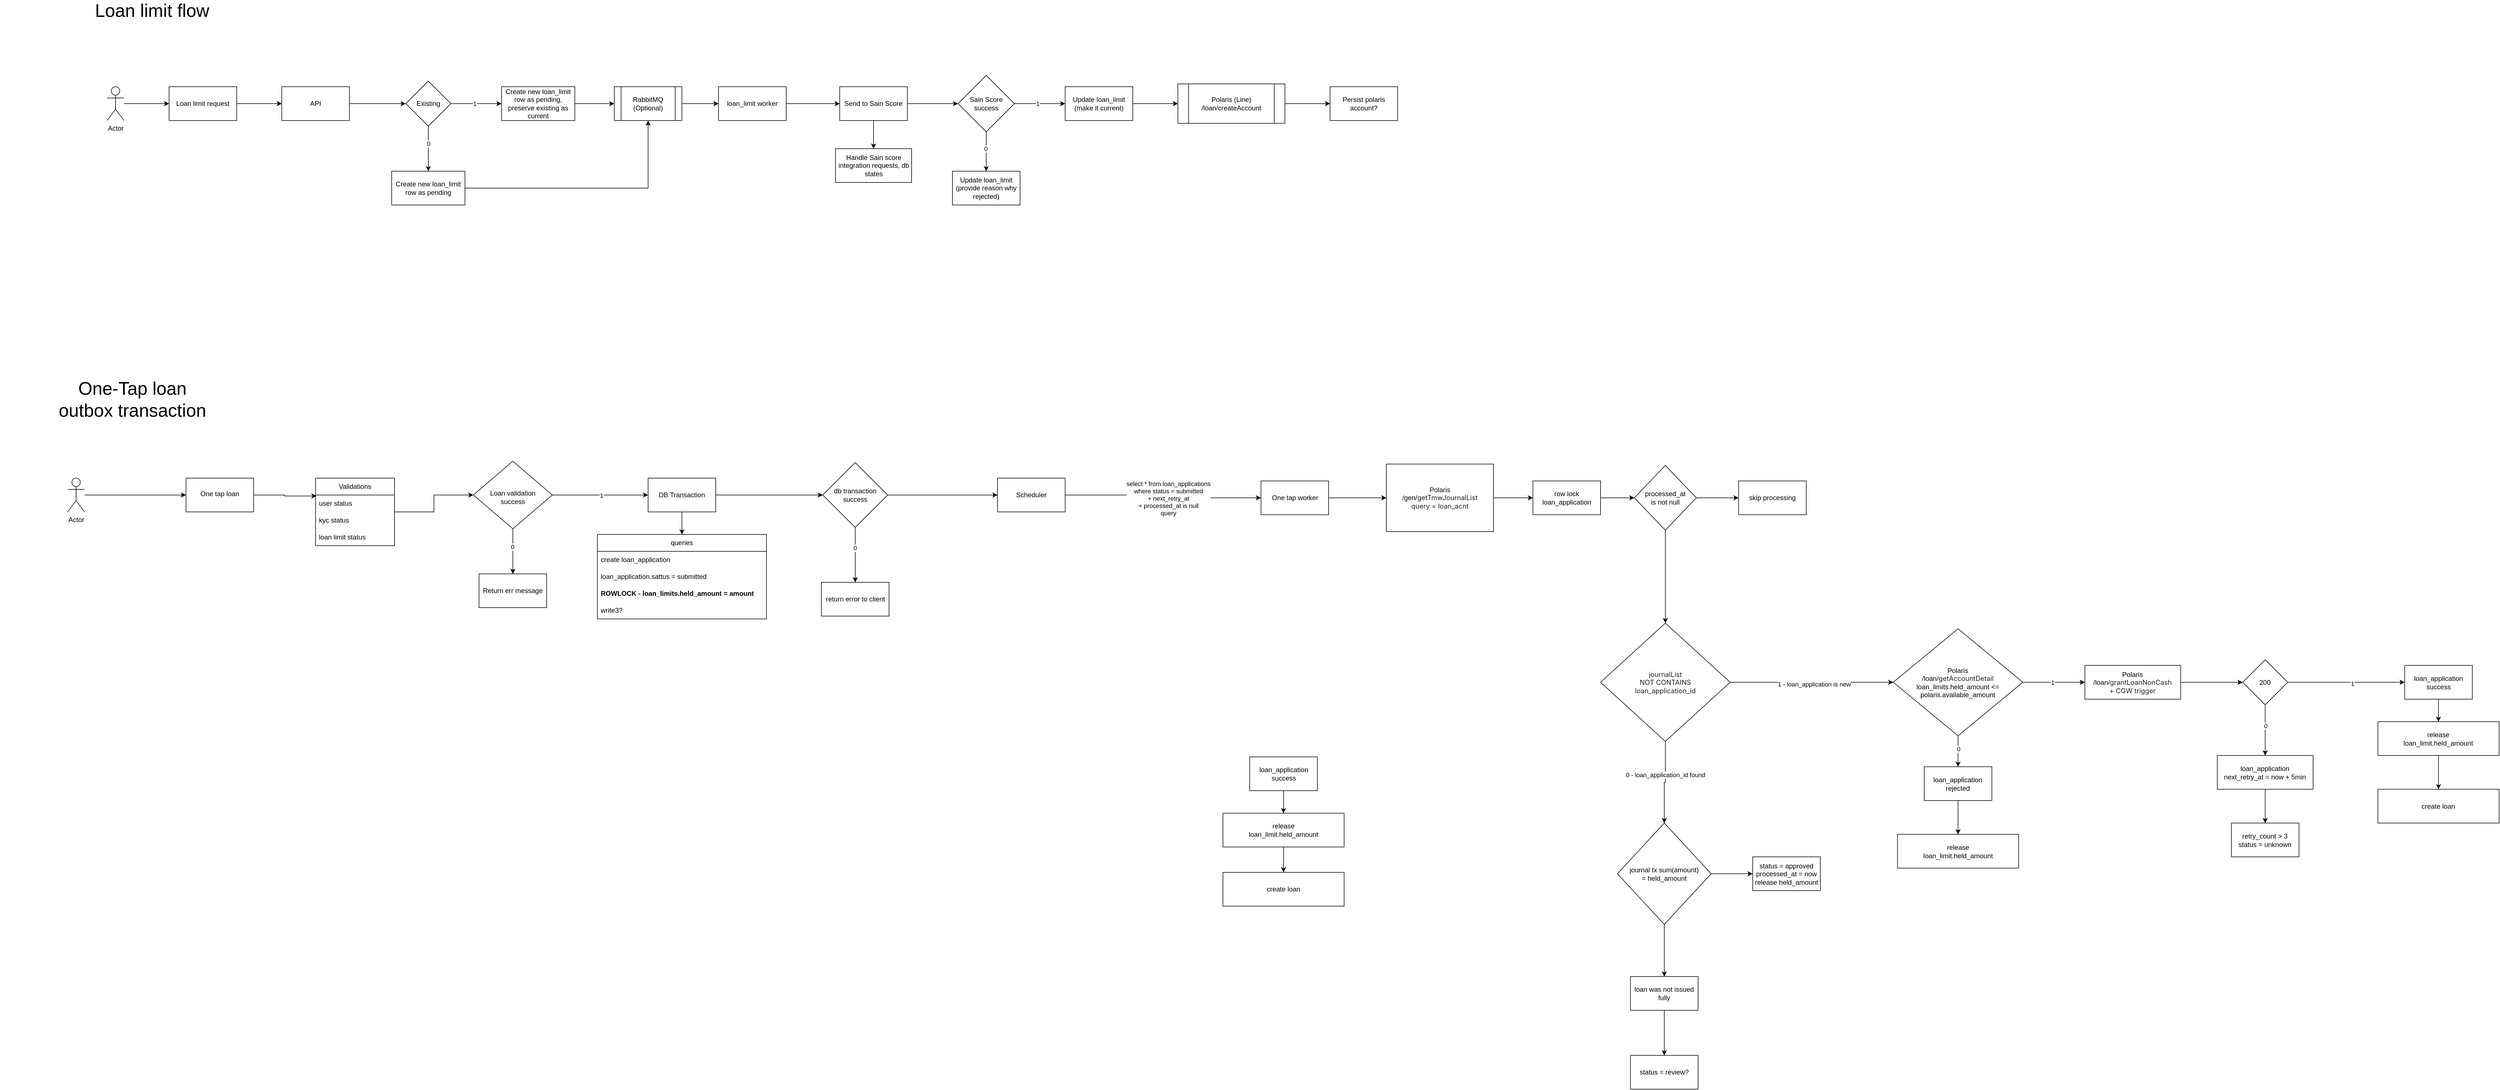
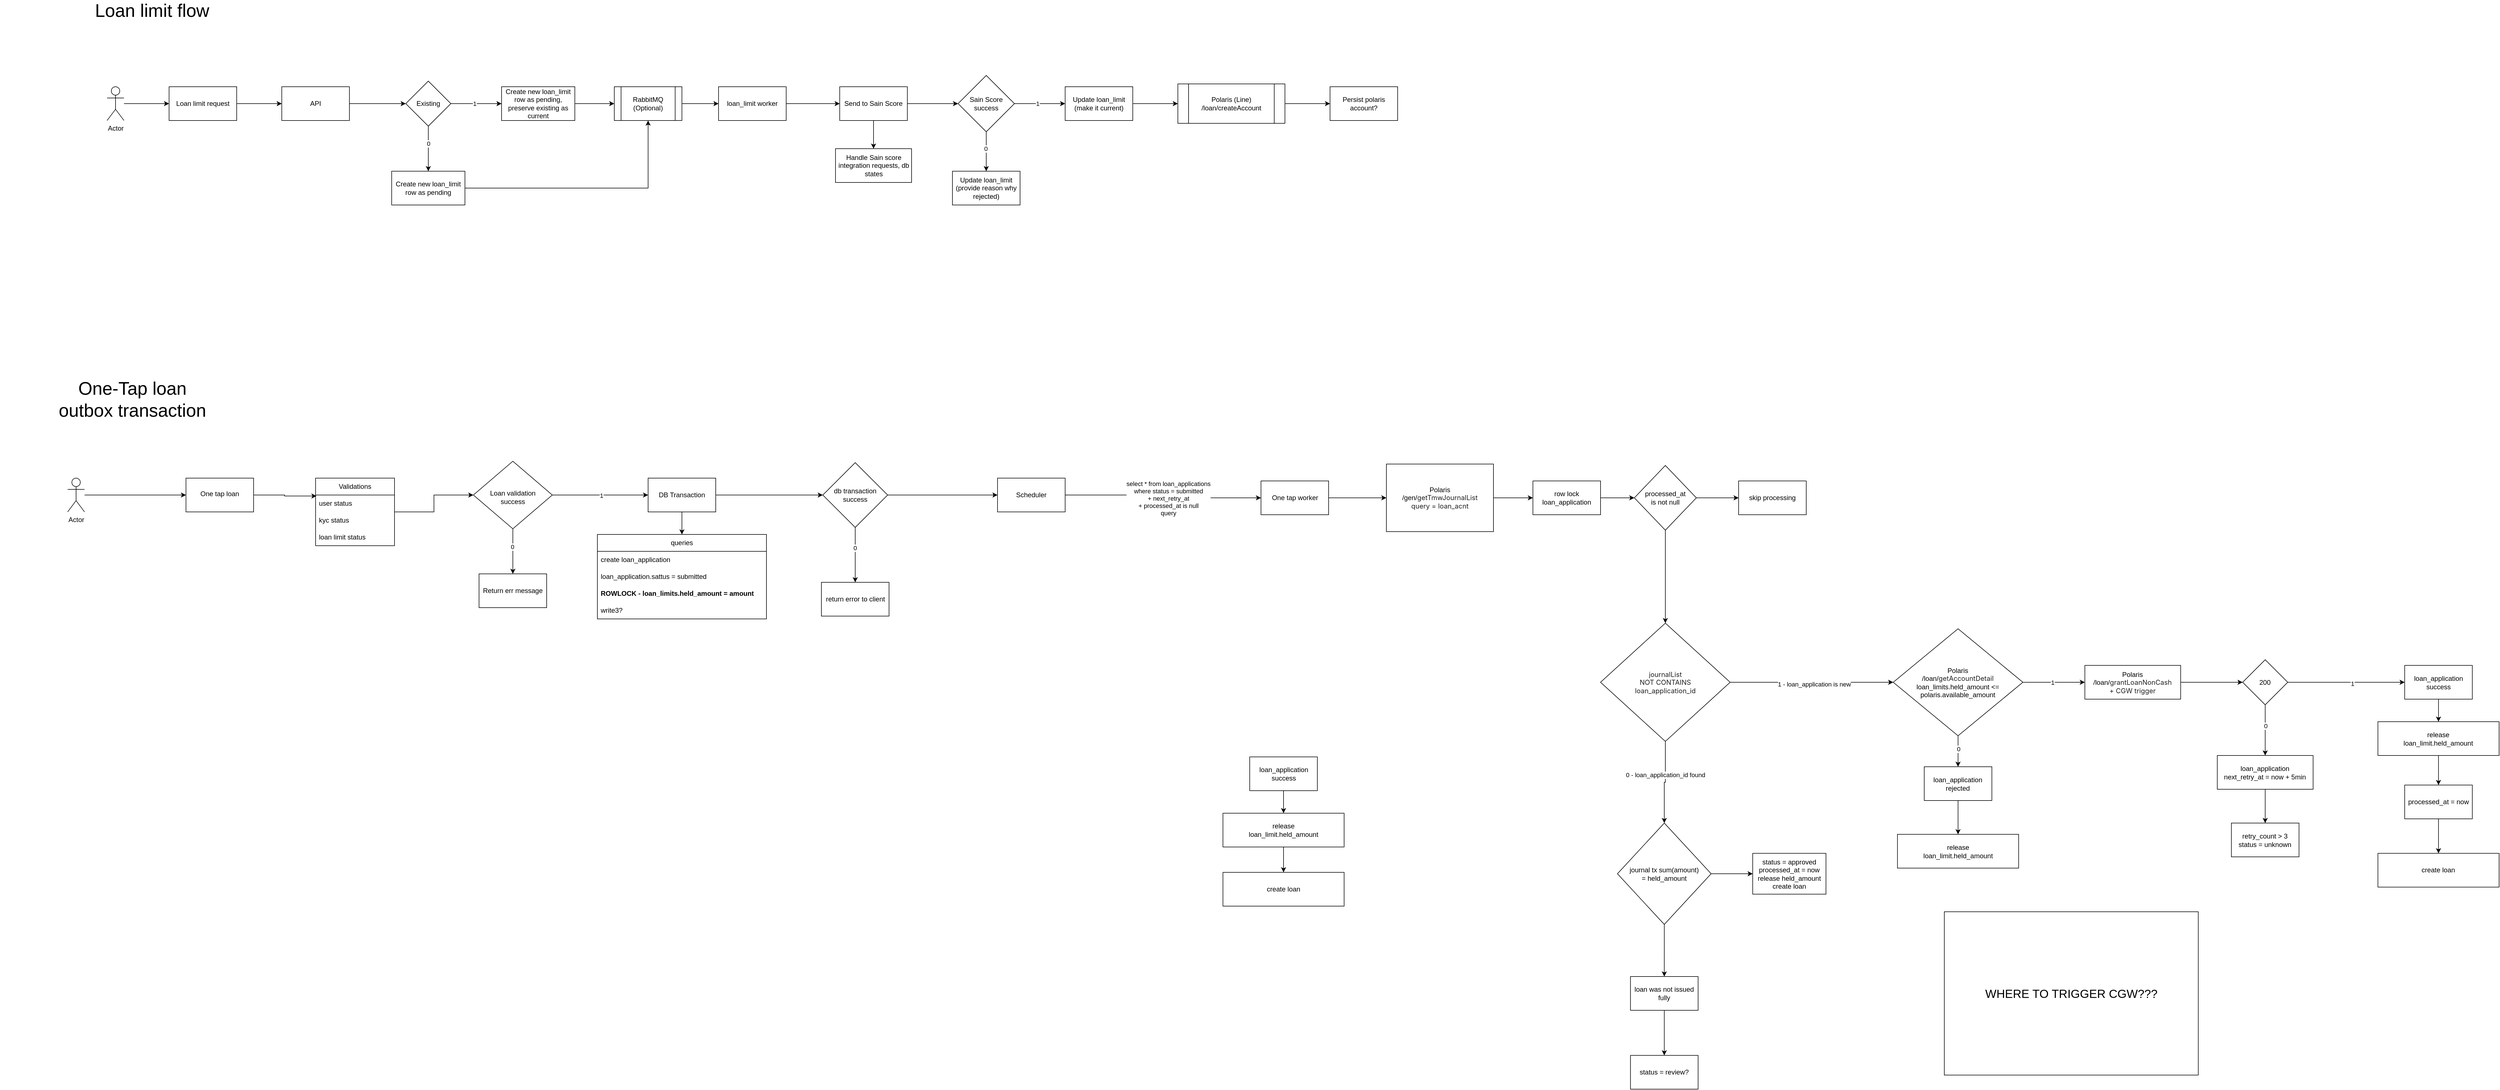
<mxfile host="app.diagrams.net">
  <diagram name="Page-1" id="VCBSuIh8bz7kurrQ0Zaz">
-     <mxGraphModel dx="2259" dy="824" grid="1" gridSize="10" guides="1" tooltips="1" connect="1" arrows="1" fold="1" page="1" pageScale="1" pageWidth="850" pageHeight="1100" math="0" shadow="0">
+     <mxGraphModel dx="2067" dy="712" grid="1" gridSize="10" guides="1" tooltips="1" connect="1" arrows="1" fold="1" page="1" pageScale="1" pageWidth="850" pageHeight="1100" math="0" shadow="0">
      <root>
        <mxCell id="0" />
        <mxCell id="1" parent="0" />
        <mxCell id="KqixbsF9o6dLofBvsG9t-5" edge="1" parent="1" source="KqixbsF9o6dLofBvsG9t-1" style="edgeStyle=orthogonalEdgeStyle;rounded=0;orthogonalLoop=1;jettySize=auto;html=1;" target="KqixbsF9o6dLofBvsG9t-4" value="">
          <mxGeometry relative="1" as="geometry" />
        </mxCell>
        <mxCell id="KqixbsF9o6dLofBvsG9t-1" parent="1" style="rounded=0;whiteSpace=wrap;html=1;" value="Loan limit request" vertex="1">
          <mxGeometry height="60" width="120" x="150" y="210" as="geometry" />
        </mxCell>
        <mxCell id="KqixbsF9o6dLofBvsG9t-3" edge="1" parent="1" source="KqixbsF9o6dLofBvsG9t-2" style="edgeStyle=orthogonalEdgeStyle;rounded=0;orthogonalLoop=1;jettySize=auto;html=1;" target="KqixbsF9o6dLofBvsG9t-1" value="">
          <mxGeometry relative="1" as="geometry" />
        </mxCell>
        <mxCell id="KqixbsF9o6dLofBvsG9t-2" parent="1" style="shape=umlActor;verticalLabelPosition=bottom;verticalAlign=top;html=1;outlineConnect=0;" value="Actor" vertex="1">
          <mxGeometry height="60" width="30" x="40" y="210" as="geometry" />
        </mxCell>
        <mxCell id="KqixbsF9o6dLofBvsG9t-9" edge="1" parent="1" source="KqixbsF9o6dLofBvsG9t-4" style="edgeStyle=orthogonalEdgeStyle;rounded=0;orthogonalLoop=1;jettySize=auto;html=1;" target="KqixbsF9o6dLofBvsG9t-8" value="">
          <mxGeometry relative="1" as="geometry" />
        </mxCell>
        <mxCell id="KqixbsF9o6dLofBvsG9t-4" parent="1" style="rounded=0;whiteSpace=wrap;html=1;" value="API" vertex="1">
          <mxGeometry height="60" width="120" x="350" y="210" as="geometry" />
        </mxCell>
        <mxCell id="KqixbsF9o6dLofBvsG9t-11" edge="1" parent="1" source="KqixbsF9o6dLofBvsG9t-8" style="edgeStyle=orthogonalEdgeStyle;rounded=0;orthogonalLoop=1;jettySize=auto;html=1;" target="KqixbsF9o6dLofBvsG9t-10" value="">
          <mxGeometry relative="1" as="geometry" />
        </mxCell>
        <mxCell id="KqixbsF9o6dLofBvsG9t-12" connectable="0" parent="KqixbsF9o6dLofBvsG9t-11" style="edgeLabel;html=1;align=center;verticalAlign=middle;resizable=0;points=[];" value="1" vertex="1">
          <mxGeometry relative="1" x="-0.079" as="geometry">
            <mxPoint as="offset" />
          </mxGeometry>
        </mxCell>
        <mxCell id="KqixbsF9o6dLofBvsG9t-14" edge="1" parent="1" source="KqixbsF9o6dLofBvsG9t-8" style="edgeStyle=orthogonalEdgeStyle;rounded=0;orthogonalLoop=1;jettySize=auto;html=1;" target="KqixbsF9o6dLofBvsG9t-13" value="">
          <mxGeometry relative="1" as="geometry" />
        </mxCell>
        <mxCell id="KqixbsF9o6dLofBvsG9t-15" connectable="0" parent="KqixbsF9o6dLofBvsG9t-14" style="edgeLabel;html=1;align=center;verticalAlign=middle;resizable=0;points=[];" value="0" vertex="1">
          <mxGeometry relative="1" x="-0.2407" as="geometry">
            <mxPoint as="offset" />
          </mxGeometry>
        </mxCell>
        <mxCell id="KqixbsF9o6dLofBvsG9t-8" parent="1" style="rhombus;whiteSpace=wrap;html=1;rounded=0;" value="Existing" vertex="1">
          <mxGeometry height="80" width="80" x="570" y="200" as="geometry" />
        </mxCell>
        <mxCell id="KqixbsF9o6dLofBvsG9t-23" edge="1" parent="1" source="KqixbsF9o6dLofBvsG9t-10" style="edgeStyle=orthogonalEdgeStyle;rounded=0;orthogonalLoop=1;jettySize=auto;html=1;" target="KqixbsF9o6dLofBvsG9t-22" value="">
          <mxGeometry relative="1" as="geometry" />
        </mxCell>
        <mxCell id="KqixbsF9o6dLofBvsG9t-10" parent="1" style="whiteSpace=wrap;html=1;rounded=0;" value="Create new loan_limit row as pending, preserve existing as current" vertex="1">
          <mxGeometry height="60" width="130" x="740" y="210" as="geometry" />
        </mxCell>
        <mxCell id="KqixbsF9o6dLofBvsG9t-26" edge="1" parent="1" source="KqixbsF9o6dLofBvsG9t-13" style="edgeStyle=orthogonalEdgeStyle;rounded=0;orthogonalLoop=1;jettySize=auto;html=1;entryX=0.5;entryY=1;entryDx=0;entryDy=0;" target="KqixbsF9o6dLofBvsG9t-22">
          <mxGeometry relative="1" as="geometry" />
        </mxCell>
        <mxCell id="KqixbsF9o6dLofBvsG9t-13" parent="1" style="whiteSpace=wrap;html=1;rounded=0;" value="Create new loan_limit row as pending" vertex="1">
          <mxGeometry height="60" width="130" x="545" y="360" as="geometry" />
        </mxCell>
        <mxCell id="KqixbsF9o6dLofBvsG9t-25" edge="1" parent="1" source="KqixbsF9o6dLofBvsG9t-22" style="edgeStyle=orthogonalEdgeStyle;rounded=0;orthogonalLoop=1;jettySize=auto;html=1;" target="KqixbsF9o6dLofBvsG9t-24" value="">
          <mxGeometry relative="1" as="geometry" />
        </mxCell>
        <mxCell id="KqixbsF9o6dLofBvsG9t-22" parent="1" style="shape=process;whiteSpace=wrap;html=1;backgroundOutline=1;rounded=0;" value="RabbitMQ (Optional)" vertex="1">
          <mxGeometry height="60" width="120" x="940" y="210" as="geometry" />
        </mxCell>
        <mxCell id="KqixbsF9o6dLofBvsG9t-28" edge="1" parent="1" source="KqixbsF9o6dLofBvsG9t-24" style="edgeStyle=orthogonalEdgeStyle;rounded=0;orthogonalLoop=1;jettySize=auto;html=1;" target="KqixbsF9o6dLofBvsG9t-27" value="">
          <mxGeometry relative="1" as="geometry" />
        </mxCell>
        <mxCell id="KqixbsF9o6dLofBvsG9t-24" parent="1" style="whiteSpace=wrap;html=1;rounded=0;" value="loan_limit worker" vertex="1">
          <mxGeometry height="60" width="120" x="1125" y="210" as="geometry" />
        </mxCell>
        <mxCell id="KqixbsF9o6dLofBvsG9t-30" edge="1" parent="1" source="KqixbsF9o6dLofBvsG9t-27" style="edgeStyle=orthogonalEdgeStyle;rounded=0;orthogonalLoop=1;jettySize=auto;html=1;" target="KqixbsF9o6dLofBvsG9t-29" value="">
          <mxGeometry relative="1" as="geometry" />
        </mxCell>
        <mxCell id="KqixbsF9o6dLofBvsG9t-38" edge="1" parent="1" source="KqixbsF9o6dLofBvsG9t-27" style="edgeStyle=orthogonalEdgeStyle;rounded=0;orthogonalLoop=1;jettySize=auto;html=1;" target="KqixbsF9o6dLofBvsG9t-37" value="">
          <mxGeometry relative="1" as="geometry" />
        </mxCell>
        <mxCell id="KqixbsF9o6dLofBvsG9t-27" parent="1" style="whiteSpace=wrap;html=1;rounded=0;" value="Send to Sain Score" vertex="1">
          <mxGeometry height="60" width="120" x="1340" y="210" as="geometry" />
        </mxCell>
        <mxCell id="KqixbsF9o6dLofBvsG9t-32" edge="1" parent="1" source="KqixbsF9o6dLofBvsG9t-29" style="edgeStyle=orthogonalEdgeStyle;rounded=0;orthogonalLoop=1;jettySize=auto;html=1;" target="KqixbsF9o6dLofBvsG9t-31" value="">
          <mxGeometry relative="1" as="geometry" />
        </mxCell>
        <mxCell id="KqixbsF9o6dLofBvsG9t-33" connectable="0" parent="KqixbsF9o6dLofBvsG9t-32" style="edgeLabel;html=1;align=center;verticalAlign=middle;resizable=0;points=[];" value="1" vertex="1">
          <mxGeometry relative="1" x="-0.1048" as="geometry">
            <mxPoint as="offset" />
          </mxGeometry>
        </mxCell>
        <mxCell id="KqixbsF9o6dLofBvsG9t-35" edge="1" parent="1" source="KqixbsF9o6dLofBvsG9t-29" style="edgeStyle=orthogonalEdgeStyle;rounded=0;orthogonalLoop=1;jettySize=auto;html=1;" target="KqixbsF9o6dLofBvsG9t-34" value="">
          <mxGeometry relative="1" as="geometry" />
        </mxCell>
        <mxCell id="KqixbsF9o6dLofBvsG9t-36" connectable="0" parent="KqixbsF9o6dLofBvsG9t-35" style="edgeLabel;html=1;align=center;verticalAlign=middle;resizable=0;points=[];" value="0" vertex="1">
          <mxGeometry relative="1" x="-0.1429" y="-1" as="geometry">
            <mxPoint as="offset" />
          </mxGeometry>
        </mxCell>
        <mxCell id="KqixbsF9o6dLofBvsG9t-29" parent="1" style="rhombus;whiteSpace=wrap;html=1;rounded=0;" value="Sain Score success" vertex="1">
          <mxGeometry height="100" width="100" x="1550" y="190" as="geometry" />
        </mxCell>
        <mxCell id="KqixbsF9o6dLofBvsG9t-66" edge="1" parent="1" source="KqixbsF9o6dLofBvsG9t-31" style="edgeStyle=orthogonalEdgeStyle;rounded=0;orthogonalLoop=1;jettySize=auto;html=1;" target="KqixbsF9o6dLofBvsG9t-65" value="">
          <mxGeometry relative="1" as="geometry" />
        </mxCell>
        <mxCell id="KqixbsF9o6dLofBvsG9t-31" parent="1" style="whiteSpace=wrap;html=1;rounded=0;" value="Update loan_limit (make it current)" vertex="1">
          <mxGeometry height="60" width="120" x="1740" y="210" as="geometry" />
        </mxCell>
        <mxCell id="KqixbsF9o6dLofBvsG9t-34" parent="1" style="whiteSpace=wrap;html=1;rounded=0;" value="Update loan_limit&lt;br&gt;(provide reason why rejected)" vertex="1">
          <mxGeometry height="60" width="120" x="1540" y="360" as="geometry" />
        </mxCell>
        <mxCell id="KqixbsF9o6dLofBvsG9t-37" parent="1" style="whiteSpace=wrap;html=1;rounded=0;" value="Handle Sain score integration requests, db states" vertex="1">
          <mxGeometry height="60" width="135" x="1332.5" y="320" as="geometry" />
        </mxCell>
        <mxCell id="KqixbsF9o6dLofBvsG9t-40" parent="1" style="text;html=1;whiteSpace=wrap;strokeColor=none;fillColor=none;align=center;verticalAlign=middle;rounded=0;fontSize=32;" value="Loan limit flow" vertex="1">
          <mxGeometry height="30" width="260" x="-10" y="60" as="geometry" />
        </mxCell>
        <mxCell id="KqixbsF9o6dLofBvsG9t-74" edge="1" parent="1" source="KqixbsF9o6dLofBvsG9t-65" style="edgeStyle=orthogonalEdgeStyle;rounded=0;orthogonalLoop=1;jettySize=auto;html=1;" target="KqixbsF9o6dLofBvsG9t-73" value="">
          <mxGeometry relative="1" as="geometry" />
        </mxCell>
        <mxCell id="KqixbsF9o6dLofBvsG9t-65" parent="1" style="shape=process;whiteSpace=wrap;html=1;backgroundOutline=1;rounded=0;" value="Polaris (Line)&lt;br&gt;/loan/createAccount" vertex="1">
          <mxGeometry height="70" width="190" x="1940" y="205" as="geometry" />
        </mxCell>
        <mxCell id="KqixbsF9o6dLofBvsG9t-73" parent="1" style="whiteSpace=wrap;html=1;rounded=0;" value="Persist polaris account?" vertex="1">
          <mxGeometry height="60" width="120" x="2210" y="210" as="geometry" />
        </mxCell>
        <mxCell id="U8Ajh8Gpa-m2DNKNFQys-1" parent="1" style="text;html=1;whiteSpace=wrap;strokeColor=none;fillColor=none;align=center;verticalAlign=middle;rounded=0;fontSize=32;" value="One-Tap loan&lt;br&gt;outbox transaction" vertex="1">
          <mxGeometry height="30" width="470" x="-150" y="750" as="geometry" />
        </mxCell>
        <mxCell id="In8fDh9ZLN2M87an2Miy-1" edge="1" parent="1" source="In8fDh9ZLN2M87an2Miy-2" style="edgeStyle=orthogonalEdgeStyle;rounded=0;orthogonalLoop=1;jettySize=auto;html=1;" target="In8fDh9ZLN2M87an2Miy-4" value="">
          <mxGeometry relative="1" as="geometry" />
        </mxCell>
        <mxCell id="In8fDh9ZLN2M87an2Miy-2" parent="1" style="shape=umlActor;verticalLabelPosition=bottom;verticalAlign=top;html=1;outlineConnect=0;" value="Actor" vertex="1">
          <mxGeometry height="60" width="30" x="-30" y="905" as="geometry" />
        </mxCell>
        <mxCell id="In8fDh9ZLN2M87an2Miy-3" edge="1" parent="1" source="In8fDh9ZLN2M87an2Miy-4" style="edgeStyle=orthogonalEdgeStyle;rounded=0;orthogonalLoop=1;jettySize=auto;html=1;entryX=0.011;entryY=0.06;entryDx=0;entryDy=0;entryPerimeter=0;" target="In8fDh9ZLN2M87an2Miy-28" value="">
          <mxGeometry relative="1" as="geometry">
            <mxPoint x="390" y="935" as="targetPoint" />
          </mxGeometry>
        </mxCell>
        <mxCell id="In8fDh9ZLN2M87an2Miy-4" parent="1" style="whiteSpace=wrap;html=1;verticalAlign=top;" value="&lt;div&gt;&lt;br&gt;&lt;/div&gt;&lt;div&gt;One tap loan&lt;/div&gt;" vertex="1">
          <mxGeometry height="60" width="120" x="180" y="905" as="geometry" />
        </mxCell>
        <mxCell id="In8fDh9ZLN2M87an2Miy-5" edge="1" parent="1" source="In8fDh9ZLN2M87an2Miy-9" style="edgeStyle=orthogonalEdgeStyle;rounded=0;orthogonalLoop=1;jettySize=auto;html=1;" target="In8fDh9ZLN2M87an2Miy-12" value="">
          <mxGeometry relative="1" as="geometry" />
        </mxCell>
        <mxCell id="In8fDh9ZLN2M87an2Miy-6" connectable="0" parent="In8fDh9ZLN2M87an2Miy-5" style="edgeLabel;html=1;align=center;verticalAlign=middle;resizable=0;points=[];" value="1" vertex="1">
          <mxGeometry relative="1" x="0.0162" y="-1" as="geometry">
            <mxPoint as="offset" />
          </mxGeometry>
        </mxCell>
        <mxCell id="In8fDh9ZLN2M87an2Miy-7" edge="1" parent="1" source="In8fDh9ZLN2M87an2Miy-9" style="edgeStyle=orthogonalEdgeStyle;rounded=0;orthogonalLoop=1;jettySize=auto;html=1;" target="In8fDh9ZLN2M87an2Miy-13" value="">
          <mxGeometry relative="1" as="geometry" />
        </mxCell>
        <mxCell id="In8fDh9ZLN2M87an2Miy-8" connectable="0" parent="In8fDh9ZLN2M87an2Miy-7" style="edgeLabel;html=1;align=center;verticalAlign=middle;resizable=0;points=[];" value="0" vertex="1">
          <mxGeometry relative="1" x="-0.2091" y="-1" as="geometry">
            <mxPoint as="offset" />
          </mxGeometry>
        </mxCell>
        <mxCell id="In8fDh9ZLN2M87an2Miy-9" parent="1" style="rhombus;whiteSpace=wrap;html=1;verticalAlign=top;" value="&lt;br&gt;&lt;br&gt;&lt;div&gt;&lt;br&gt;&lt;/div&gt;&lt;div&gt;Loan validation&lt;br&gt;success&lt;/div&gt;" vertex="1">
          <mxGeometry height="120" width="140" x="690" y="875" as="geometry" />
        </mxCell>
        <mxCell id="In8fDh9ZLN2M87an2Miy-10" edge="1" parent="1" source="In8fDh9ZLN2M87an2Miy-12" style="edgeStyle=orthogonalEdgeStyle;rounded=0;orthogonalLoop=1;jettySize=auto;html=1;entryX=0.5;entryY=0;entryDx=0;entryDy=0;" target="In8fDh9ZLN2M87an2Miy-14">
          <mxGeometry relative="1" as="geometry" />
        </mxCell>
        <mxCell id="In8fDh9ZLN2M87an2Miy-54" edge="1" parent="1" source="In8fDh9ZLN2M87an2Miy-105" style="edgeStyle=orthogonalEdgeStyle;rounded=0;orthogonalLoop=1;jettySize=auto;html=1;exitX=1;exitY=0.5;exitDx=0;exitDy=0;" target="In8fDh9ZLN2M87an2Miy-53" value="">
          <mxGeometry relative="1" as="geometry">
            <mxPoint x="1830" y="940" as="sourcePoint" />
          </mxGeometry>
        </mxCell>
        <mxCell id="In8fDh9ZLN2M87an2Miy-55" connectable="0" parent="In8fDh9ZLN2M87an2Miy-54" style="edgeLabel;html=1;align=center;verticalAlign=middle;resizable=0;points=[];" value="select * from loan_applications&lt;br&gt;where status = submitted&lt;br&gt;+ next_retry_at&lt;br&gt;+ processed_at is null&lt;br&gt;query" vertex="1">
          <mxGeometry relative="1" x="0.0637" y="-1" as="geometry">
            <mxPoint as="offset" />
          </mxGeometry>
        </mxCell>
        <mxCell id="In8fDh9ZLN2M87an2Miy-99" edge="1" parent="1" source="In8fDh9ZLN2M87an2Miy-12" style="edgeStyle=orthogonalEdgeStyle;rounded=0;orthogonalLoop=1;jettySize=auto;html=1;" target="In8fDh9ZLN2M87an2Miy-98" value="">
          <mxGeometry relative="1" as="geometry" />
        </mxCell>
        <mxCell id="In8fDh9ZLN2M87an2Miy-12" parent="1" style="whiteSpace=wrap;html=1;verticalAlign=middle;" value="DB Transaction" vertex="1">
          <mxGeometry height="60" width="120" x="1000" y="905" as="geometry" />
        </mxCell>
        <mxCell id="In8fDh9ZLN2M87an2Miy-13" parent="1" style="whiteSpace=wrap;html=1;verticalAlign=middle;" value="Return err message" vertex="1">
          <mxGeometry height="60" width="120" x="700" y="1075" as="geometry" />
        </mxCell>
        <mxCell id="In8fDh9ZLN2M87an2Miy-14" parent="1" style="swimlane;fontStyle=0;childLayout=stackLayout;horizontal=1;startSize=30;horizontalStack=0;resizeParent=1;resizeParentMax=0;resizeLast=0;collapsible=1;marginBottom=0;whiteSpace=wrap;html=1;" value="queries" vertex="1">
          <mxGeometry height="150" width="300" x="910" y="1005" as="geometry" />
        </mxCell>
        <mxCell id="In8fDh9ZLN2M87an2Miy-15" parent="In8fDh9ZLN2M87an2Miy-14" style="text;strokeColor=none;fillColor=none;align=left;verticalAlign=middle;spacingLeft=4;spacingRight=4;overflow=hidden;points=[[0,0.5],[1,0.5]];portConstraint=eastwest;rotatable=0;whiteSpace=wrap;html=1;" value="create loan_application" vertex="1">
          <mxGeometry height="30" width="300" y="30" as="geometry" />
        </mxCell>
        <mxCell id="In8fDh9ZLN2M87an2Miy-104" parent="In8fDh9ZLN2M87an2Miy-14" style="text;strokeColor=none;fillColor=none;align=left;verticalAlign=middle;spacingLeft=4;spacingRight=4;overflow=hidden;points=[[0,0.5],[1,0.5]];portConstraint=eastwest;rotatable=0;whiteSpace=wrap;html=1;" value="loan_application.sattus = submitted" vertex="1">
          <mxGeometry height="30" width="300" y="60" as="geometry" />
        </mxCell>
        <mxCell id="In8fDh9ZLN2M87an2Miy-16" parent="In8fDh9ZLN2M87an2Miy-14" style="text;strokeColor=none;fillColor=none;align=left;verticalAlign=middle;spacingLeft=4;spacingRight=4;overflow=hidden;points=[[0,0.5],[1,0.5]];portConstraint=eastwest;rotatable=0;whiteSpace=wrap;html=1;fontStyle=1" value="ROWLOCK - loan_limits.held_amount = amount" vertex="1">
          <mxGeometry height="30" width="300" y="90" as="geometry" />
        </mxCell>
        <mxCell id="In8fDh9ZLN2M87an2Miy-17" parent="In8fDh9ZLN2M87an2Miy-14" style="text;strokeColor=none;fillColor=none;align=left;verticalAlign=middle;spacingLeft=4;spacingRight=4;overflow=hidden;points=[[0,0.5],[1,0.5]];portConstraint=eastwest;rotatable=0;whiteSpace=wrap;html=1;" value="write3?" vertex="1">
          <mxGeometry height="30" width="300" y="120" as="geometry" />
        </mxCell>
        <mxCell id="In8fDh9ZLN2M87an2Miy-32" edge="1" parent="1" source="In8fDh9ZLN2M87an2Miy-27" style="edgeStyle=orthogonalEdgeStyle;rounded=0;orthogonalLoop=1;jettySize=auto;html=1;entryX=0;entryY=0.5;entryDx=0;entryDy=0;" target="In8fDh9ZLN2M87an2Miy-9">
          <mxGeometry relative="1" as="geometry" />
        </mxCell>
        <mxCell id="In8fDh9ZLN2M87an2Miy-27" parent="1" style="swimlane;fontStyle=0;childLayout=stackLayout;horizontal=1;startSize=30;horizontalStack=0;resizeParent=1;resizeParentMax=0;resizeLast=0;collapsible=1;marginBottom=0;whiteSpace=wrap;html=1;" value="Validations" vertex="1">
          <mxGeometry height="120" width="140" x="410" y="905" as="geometry" />
        </mxCell>
        <mxCell id="In8fDh9ZLN2M87an2Miy-28" parent="In8fDh9ZLN2M87an2Miy-27" style="text;strokeColor=none;fillColor=none;align=left;verticalAlign=middle;spacingLeft=4;spacingRight=4;overflow=hidden;points=[[0,0.5],[1,0.5]];portConstraint=eastwest;rotatable=0;whiteSpace=wrap;html=1;" value="user status" vertex="1">
          <mxGeometry height="30" width="140" y="30" as="geometry" />
        </mxCell>
        <mxCell id="In8fDh9ZLN2M87an2Miy-29" parent="In8fDh9ZLN2M87an2Miy-27" style="text;strokeColor=none;fillColor=none;align=left;verticalAlign=middle;spacingLeft=4;spacingRight=4;overflow=hidden;points=[[0,0.5],[1,0.5]];portConstraint=eastwest;rotatable=0;whiteSpace=wrap;html=1;" value="kyc status" vertex="1">
          <mxGeometry height="30" width="140" y="60" as="geometry" />
        </mxCell>
        <mxCell id="In8fDh9ZLN2M87an2Miy-33" parent="In8fDh9ZLN2M87an2Miy-27" style="text;strokeColor=none;fillColor=none;align=left;verticalAlign=middle;spacingLeft=4;spacingRight=4;overflow=hidden;points=[[0,0.5],[1,0.5]];portConstraint=eastwest;rotatable=0;whiteSpace=wrap;html=1;" value="loan limit status" vertex="1">
          <mxGeometry height="30" width="140" y="90" as="geometry" />
        </mxCell>
        <mxCell id="In8fDh9ZLN2M87an2Miy-116" edge="1" parent="1" source="In8fDh9ZLN2M87an2Miy-53" style="edgeStyle=orthogonalEdgeStyle;rounded=0;orthogonalLoop=1;jettySize=auto;html=1;entryX=0;entryY=0.5;entryDx=0;entryDy=0;" target="In8fDh9ZLN2M87an2Miy-68">
          <mxGeometry relative="1" as="geometry" />
        </mxCell>
        <mxCell id="In8fDh9ZLN2M87an2Miy-53" parent="1" style="whiteSpace=wrap;html=1;" value="One tap worker" vertex="1">
          <mxGeometry height="60" width="120" x="2087.5" y="910" as="geometry" />
        </mxCell>
        <mxCell id="In8fDh9ZLN2M87an2Miy-67" edge="1" parent="1" source="In8fDh9ZLN2M87an2Miy-58" style="edgeStyle=orthogonalEdgeStyle;rounded=0;orthogonalLoop=1;jettySize=auto;html=1;entryX=0;entryY=0.5;entryDx=0;entryDy=0;" target="In8fDh9ZLN2M87an2Miy-66" value="">
          <mxGeometry relative="1" as="geometry">
            <mxPoint x="3844.37" y="1267.5" as="targetPoint" />
          </mxGeometry>
        </mxCell>
        <mxCell id="In8fDh9ZLN2M87an2Miy-58" parent="1" style="whiteSpace=wrap;html=1;" value="Polaris /loan/&lt;span style=&quot;color: rgb(33, 33, 33); font-family: Inter, system-ui, -apple-system, &amp;quot;system-ui&amp;quot;, &amp;quot;Segoe UI&amp;quot;, Roboto, Oxygen, Ubuntu, Cantarell, &amp;quot;Fira Sans&amp;quot;, &amp;quot;Droid Sans&amp;quot;, Helvetica, Arial, sans-serif; text-align: left; white-space: pre-wrap; background-color: rgb(255, 255, 255);&quot;&gt;grantLoanNonCash&lt;br/&gt;+ CGW trigger&lt;/span&gt;" vertex="1">
          <mxGeometry height="60" width="170" x="3549.37" y="1237.5" as="geometry" />
        </mxCell>
        <mxCell id="In8fDh9ZLN2M87an2Miy-62" edge="1" parent="1" source="In8fDh9ZLN2M87an2Miy-59" style="edgeStyle=orthogonalEdgeStyle;rounded=0;orthogonalLoop=1;jettySize=auto;html=1;" target="In8fDh9ZLN2M87an2Miy-61" value="">
          <mxGeometry relative="1" as="geometry" />
        </mxCell>
        <mxCell id="In8fDh9ZLN2M87an2Miy-91" connectable="0" parent="In8fDh9ZLN2M87an2Miy-62" style="edgeLabel;html=1;align=center;verticalAlign=middle;resizable=0;points=[];" value="0" vertex="1">
          <mxGeometry relative="1" x="-0.1431" as="geometry">
            <mxPoint as="offset" />
          </mxGeometry>
        </mxCell>
        <mxCell id="In8fDh9ZLN2M87an2Miy-65" edge="1" parent="1" source="In8fDh9ZLN2M87an2Miy-59" style="edgeStyle=orthogonalEdgeStyle;rounded=0;orthogonalLoop=1;jettySize=auto;html=1;" target="In8fDh9ZLN2M87an2Miy-58">
          <mxGeometry relative="1" as="geometry" />
        </mxCell>
        <mxCell id="In8fDh9ZLN2M87an2Miy-90" connectable="0" parent="In8fDh9ZLN2M87an2Miy-65" style="edgeLabel;html=1;align=center;verticalAlign=middle;resizable=0;points=[];" value="1" vertex="1">
          <mxGeometry relative="1" x="-0.0451" as="geometry">
            <mxPoint as="offset" />
          </mxGeometry>
        </mxCell>
        <mxCell id="In8fDh9ZLN2M87an2Miy-59" parent="1" style="rhombus;whiteSpace=wrap;html=1;" value="Polaris&lt;br&gt;/loan/&lt;span style=&quot;color: rgb(33, 33, 33); font-family: Inter, system-ui, -apple-system, &amp;quot;system-ui&amp;quot;, &amp;quot;Segoe UI&amp;quot;, Roboto, Oxygen, Ubuntu, Cantarell, &amp;quot;Fira Sans&amp;quot;, &amp;quot;Droid Sans&amp;quot;, Helvetica, Arial, sans-serif; text-align: left; white-space: pre-wrap; background-color: rgb(255, 255, 255);&quot;&gt;getAccountDetail&lt;/span&gt;&lt;br&gt;loan_limits.held_amount &amp;lt;= polaris.available_amount" vertex="1">
          <mxGeometry height="190" width="230" x="3209.37" y="1172.5" as="geometry" />
        </mxCell>
        <mxCell id="In8fDh9ZLN2M87an2Miy-64" edge="1" parent="1" source="In8fDh9ZLN2M87an2Miy-61" style="edgeStyle=orthogonalEdgeStyle;rounded=0;orthogonalLoop=1;jettySize=auto;html=1;" target="In8fDh9ZLN2M87an2Miy-63" value="">
          <mxGeometry relative="1" as="geometry" />
        </mxCell>
        <mxCell id="In8fDh9ZLN2M87an2Miy-61" parent="1" style="whiteSpace=wrap;html=1;" value="loan_application&lt;br&gt;rejected" vertex="1">
          <mxGeometry height="60" width="120" x="3264.37" y="1417.5" as="geometry" />
        </mxCell>
        <mxCell id="In8fDh9ZLN2M87an2Miy-63" parent="1" style="whiteSpace=wrap;html=1;" value="release &lt;br&gt;loan_limit.held_amount" vertex="1">
          <mxGeometry height="60" width="215" x="3216.87" y="1537.5" as="geometry" />
        </mxCell>
        <mxCell id="In8fDh9ZLN2M87an2Miy-81" edge="1" parent="1" source="In8fDh9ZLN2M87an2Miy-66" style="edgeStyle=orthogonalEdgeStyle;rounded=0;orthogonalLoop=1;jettySize=auto;html=1;entryX=0;entryY=0.5;entryDx=0;entryDy=0;" target="In8fDh9ZLN2M87an2Miy-79">
          <mxGeometry relative="1" as="geometry" />
        </mxCell>
        <mxCell id="In8fDh9ZLN2M87an2Miy-92" connectable="0" parent="In8fDh9ZLN2M87an2Miy-81" style="edgeLabel;html=1;align=center;verticalAlign=middle;resizable=0;points=[];" value="1" vertex="1">
          <mxGeometry relative="1" x="0.1055" y="-2" as="geometry">
            <mxPoint as="offset" />
          </mxGeometry>
        </mxCell>
        <mxCell id="In8fDh9ZLN2M87an2Miy-83" edge="1" parent="1" source="In8fDh9ZLN2M87an2Miy-66" style="edgeStyle=orthogonalEdgeStyle;rounded=0;orthogonalLoop=1;jettySize=auto;html=1;" target="In8fDh9ZLN2M87an2Miy-82" value="">
          <mxGeometry relative="1" as="geometry" />
        </mxCell>
        <mxCell id="In8fDh9ZLN2M87an2Miy-93" connectable="0" parent="In8fDh9ZLN2M87an2Miy-83" style="edgeLabel;html=1;align=center;verticalAlign=middle;resizable=0;points=[];" value="0" vertex="1">
          <mxGeometry relative="1" x="-0.1623" as="geometry">
            <mxPoint as="offset" />
          </mxGeometry>
        </mxCell>
        <mxCell id="In8fDh9ZLN2M87an2Miy-66" parent="1" style="rhombus;whiteSpace=wrap;html=1;" value="200" vertex="1">
          <mxGeometry height="80" width="80" x="3829.37" y="1227.5" as="geometry" />
        </mxCell>
        <mxCell id="In8fDh9ZLN2M87an2Miy-119" edge="1" parent="1" source="In8fDh9ZLN2M87an2Miy-68" style="edgeStyle=orthogonalEdgeStyle;rounded=0;orthogonalLoop=1;jettySize=auto;html=1;" target="In8fDh9ZLN2M87an2Miy-118" value="">
          <mxGeometry relative="1" as="geometry" />
        </mxCell>
        <mxCell id="In8fDh9ZLN2M87an2Miy-68" parent="1" style="whiteSpace=wrap;html=1;" value="Polaris&lt;br&gt;/gen/&lt;span style=&quot;white-space: pre-wrap; color: rgb(33, 33, 33); font-family: Inter, system-ui, -apple-system, &amp;quot;system-ui&amp;quot;, &amp;quot;Segoe UI&amp;quot;, Roboto, Oxygen, Ubuntu, Cantarell, &amp;quot;Fira Sans&amp;quot;, &amp;quot;Droid Sans&amp;quot;, Helvetica, Arial, sans-serif; text-align: left; background-color: rgb(255, 255, 255);&quot;&gt;getTmwJournalList&lt;br&gt;query = loan_acnt&lt;/span&gt;" vertex="1">
          <mxGeometry height="120" width="190" x="2310" y="880" as="geometry" />
        </mxCell>
        <mxCell id="In8fDh9ZLN2M87an2Miy-71" edge="1" parent="1" source="In8fDh9ZLN2M87an2Miy-69" style="edgeStyle=orthogonalEdgeStyle;rounded=0;orthogonalLoop=1;jettySize=auto;html=1;entryX=0;entryY=0.5;entryDx=0;entryDy=0;" target="In8fDh9ZLN2M87an2Miy-59">
          <mxGeometry relative="1" as="geometry" />
        </mxCell>
        <mxCell id="In8fDh9ZLN2M87an2Miy-77" connectable="0" parent="In8fDh9ZLN2M87an2Miy-71" style="edgeLabel;html=1;align=center;verticalAlign=middle;resizable=0;points=[];" value="1 - loan_application is new" vertex="1">
          <mxGeometry relative="1" x="0.0312" y="-3" as="geometry">
            <mxPoint as="offset" />
          </mxGeometry>
        </mxCell>
        <mxCell id="In8fDh9ZLN2M87an2Miy-73" edge="1" parent="1" source="In8fDh9ZLN2M87an2Miy-69" style="edgeStyle=orthogonalEdgeStyle;rounded=0;orthogonalLoop=1;jettySize=auto;html=1;entryX=0.5;entryY=0;entryDx=0;entryDy=0;" target="In8fDh9ZLN2M87an2Miy-111" value="">
          <mxGeometry relative="1" as="geometry">
            <mxPoint x="2804.37" y="1467.5" as="targetPoint" />
          </mxGeometry>
        </mxCell>
        <mxCell id="In8fDh9ZLN2M87an2Miy-74" connectable="0" parent="In8fDh9ZLN2M87an2Miy-73" style="edgeLabel;html=1;align=center;verticalAlign=middle;resizable=0;points=[];" value="0 - loan_application_id found" vertex="1">
          <mxGeometry relative="1" x="-0.1975" as="geometry">
            <mxPoint as="offset" />
          </mxGeometry>
        </mxCell>
        <mxCell id="In8fDh9ZLN2M87an2Miy-69" parent="1" style="rhombus;whiteSpace=wrap;html=1;verticalAlign=middle;" value="&lt;div style=&quot;text-align: center;&quot;&gt;&lt;span style=&quot;background-color: light-dark(rgb(255, 255, 255), rgb(18, 18, 18)); color: light-dark(rgb(33, 33, 33), rgb(209, 209, 209)); font-family: Inter, system-ui, -apple-system, &amp;quot;system-ui&amp;quot;, &amp;quot;Segoe UI&amp;quot;, Roboto, Oxygen, Ubuntu, Cantarell, &amp;quot;Fira Sans&amp;quot;, &amp;quot;Droid Sans&amp;quot;, Helvetica, Arial, sans-serif; text-align: left; white-space: pre-wrap;&quot;&gt;journalList&lt;br&gt;NOT CONTAINS&lt;/span&gt;&lt;/div&gt;&lt;span style=&quot;white-space: pre-wrap; color: rgb(33, 33, 33); font-family: Inter, system-ui, -apple-system, &amp;quot;system-ui&amp;quot;, &amp;quot;Segoe UI&amp;quot;, Roboto, Oxygen, Ubuntu, Cantarell, &amp;quot;Fira Sans&amp;quot;, &amp;quot;Droid Sans&amp;quot;, Helvetica, Arial, sans-serif; text-align: left; background-color: rgb(255, 255, 255);&quot;&gt;loan_application_id&lt;/span&gt;" vertex="1">
          <mxGeometry height="210" width="230" x="2690" y="1162.5" as="geometry" />
        </mxCell>
        <mxCell id="In8fDh9ZLN2M87an2Miy-76" edge="1" parent="1" source="In8fDh9ZLN2M87an2Miy-72" style="edgeStyle=orthogonalEdgeStyle;rounded=0;orthogonalLoop=1;jettySize=auto;html=1;" target="In8fDh9ZLN2M87an2Miy-75" value="">
          <mxGeometry relative="1" as="geometry" />
        </mxCell>
        <mxCell id="In8fDh9ZLN2M87an2Miy-72" parent="1" style="whiteSpace=wrap;html=1;" value="loan_application&lt;br&gt;success" vertex="1">
          <mxGeometry height="60" width="120" x="2067.5" y="1400" as="geometry" />
        </mxCell>
        <mxCell id="In8fDh9ZLN2M87an2Miy-85" edge="1" parent="1" source="In8fDh9ZLN2M87an2Miy-75" style="edgeStyle=orthogonalEdgeStyle;rounded=0;orthogonalLoop=1;jettySize=auto;html=1;" target="In8fDh9ZLN2M87an2Miy-84" value="">
          <mxGeometry relative="1" as="geometry" />
        </mxCell>
        <mxCell id="In8fDh9ZLN2M87an2Miy-75" parent="1" style="whiteSpace=wrap;html=1;" value="release &lt;br&gt;loan_limit.held_amount" vertex="1">
          <mxGeometry height="60" width="215" x="2020" y="1500" as="geometry" />
        </mxCell>
        <mxCell id="In8fDh9ZLN2M87an2Miy-78" edge="1" parent="1" source="In8fDh9ZLN2M87an2Miy-79" style="edgeStyle=orthogonalEdgeStyle;rounded=0;orthogonalLoop=1;jettySize=auto;html=1;" target="In8fDh9ZLN2M87an2Miy-80" value="">
          <mxGeometry relative="1" as="geometry" />
        </mxCell>
        <mxCell id="In8fDh9ZLN2M87an2Miy-79" parent="1" style="whiteSpace=wrap;html=1;" value="loan_application&lt;br&gt;success" vertex="1">
          <mxGeometry height="60" width="120" x="4116.87" y="1237.5" as="geometry" />
        </mxCell>
-         <mxCell id="In8fDh9ZLN2M87an2Miy-89" edge="1" parent="1" source="In8fDh9ZLN2M87an2Miy-80" style="edgeStyle=orthogonalEdgeStyle;rounded=0;orthogonalLoop=1;jettySize=auto;html=1;" target="In8fDh9ZLN2M87an2Miy-88" value="">
+         <mxCell id="In8fDh9ZLN2M87an2Miy-132" edge="1" parent="1" source="In8fDh9ZLN2M87an2Miy-80" style="edgeStyle=orthogonalEdgeStyle;rounded=0;orthogonalLoop=1;jettySize=auto;html=1;" target="In8fDh9ZLN2M87an2Miy-131" value="">
          <mxGeometry relative="1" as="geometry" />
        </mxCell>
        <mxCell id="In8fDh9ZLN2M87an2Miy-80" parent="1" style="whiteSpace=wrap;html=1;" value="release &lt;br&gt;loan_limit.held_amount" vertex="1">
          <mxGeometry height="60" width="215" x="4069.37" y="1337.5" as="geometry" />
        </mxCell>
        <mxCell id="In8fDh9ZLN2M87an2Miy-95" edge="1" parent="1" source="In8fDh9ZLN2M87an2Miy-82" style="edgeStyle=orthogonalEdgeStyle;rounded=0;orthogonalLoop=1;jettySize=auto;html=1;" target="In8fDh9ZLN2M87an2Miy-94" value="">
          <mxGeometry relative="1" as="geometry" />
        </mxCell>
        <mxCell id="In8fDh9ZLN2M87an2Miy-82" parent="1" style="whiteSpace=wrap;html=1;" value="loan_application&lt;br&gt;next_retry_at = now + 5min" vertex="1">
          <mxGeometry height="60" width="170" x="3784.37" y="1397.5" as="geometry" />
        </mxCell>
        <mxCell id="In8fDh9ZLN2M87an2Miy-84" parent="1" style="whiteSpace=wrap;html=1;" value="create loan" vertex="1">
          <mxGeometry height="60" width="215" x="2020" y="1605" as="geometry" />
        </mxCell>
        <mxCell id="In8fDh9ZLN2M87an2Miy-88" parent="1" style="whiteSpace=wrap;html=1;" value="create loan" vertex="1">
-           <mxGeometry height="60" width="215" x="4069.37" y="1457.5" as="geometry" />
+           <mxGeometry height="60" width="215" x="4069.37" y="1571.25" as="geometry" />
        </mxCell>
        <mxCell id="In8fDh9ZLN2M87an2Miy-94" parent="1" style="whiteSpace=wrap;html=1;" value="retry_count &amp;gt; 3&lt;br&gt;status = unknown" vertex="1">
          <mxGeometry height="60" width="120" x="3809.37" y="1517.5" as="geometry" />
        </mxCell>
        <mxCell id="In8fDh9ZLN2M87an2Miy-101" edge="1" parent="1" source="In8fDh9ZLN2M87an2Miy-98" style="edgeStyle=orthogonalEdgeStyle;rounded=0;orthogonalLoop=1;jettySize=auto;html=1;" target="In8fDh9ZLN2M87an2Miy-100" value="">
          <mxGeometry relative="1" as="geometry" />
        </mxCell>
        <mxCell id="In8fDh9ZLN2M87an2Miy-103" connectable="0" parent="In8fDh9ZLN2M87an2Miy-101" style="edgeLabel;html=1;align=center;verticalAlign=middle;resizable=0;points=[];" value="0" vertex="1">
          <mxGeometry relative="1" x="-0.2536" y="-1" as="geometry">
            <mxPoint as="offset" />
          </mxGeometry>
        </mxCell>
        <mxCell id="In8fDh9ZLN2M87an2Miy-106" edge="1" parent="1" source="In8fDh9ZLN2M87an2Miy-98" style="edgeStyle=orthogonalEdgeStyle;rounded=0;orthogonalLoop=1;jettySize=auto;html=1;entryX=0;entryY=0.5;entryDx=0;entryDy=0;" target="In8fDh9ZLN2M87an2Miy-105">
          <mxGeometry relative="1" as="geometry" />
        </mxCell>
        <mxCell id="In8fDh9ZLN2M87an2Miy-98" parent="1" style="rhombus;whiteSpace=wrap;html=1;" value="db transaction success" vertex="1">
          <mxGeometry height="115" width="115" x="1310" y="877.5" as="geometry" />
        </mxCell>
        <mxCell id="In8fDh9ZLN2M87an2Miy-100" parent="1" style="whiteSpace=wrap;html=1;" value="return error to client" vertex="1">
          <mxGeometry height="60" width="120" x="1307.5" y="1090" as="geometry" />
        </mxCell>
        <mxCell id="In8fDh9ZLN2M87an2Miy-105" parent="1" style="rounded=0;whiteSpace=wrap;html=1;" value="Scheduler" vertex="1">
          <mxGeometry height="60" width="120" x="1620" y="905" as="geometry" />
        </mxCell>
        <mxCell id="In8fDh9ZLN2M87an2Miy-114" edge="1" parent="1" source="In8fDh9ZLN2M87an2Miy-111" style="edgeStyle=orthogonalEdgeStyle;rounded=0;orthogonalLoop=1;jettySize=auto;html=1;" target="In8fDh9ZLN2M87an2Miy-113" value="">
          <mxGeometry relative="1" as="geometry" />
        </mxCell>
        <mxCell id="In8fDh9ZLN2M87an2Miy-127" edge="1" parent="1" source="In8fDh9ZLN2M87an2Miy-111" style="edgeStyle=orthogonalEdgeStyle;rounded=0;orthogonalLoop=1;jettySize=auto;html=1;" target="In8fDh9ZLN2M87an2Miy-126" value="">
          <mxGeometry relative="1" as="geometry" />
        </mxCell>
        <mxCell id="In8fDh9ZLN2M87an2Miy-111" parent="1" style="rhombus;whiteSpace=wrap;html=1;" value="journal tx sum(amount)&lt;br&gt;= held_amount" vertex="1">
          <mxGeometry height="180" width="166.25" x="2720" y="1517.5" as="geometry" />
        </mxCell>
-         <mxCell id="In8fDh9ZLN2M87an2Miy-113" parent="1" style="whiteSpace=wrap;html=1;" value="status = approved&lt;br&gt;processed_at = now&lt;br&gt;release held_amount" vertex="1">
-           <mxGeometry height="60" width="120" x="2960" y="1577.5" as="geometry" />
+         <mxCell id="In8fDh9ZLN2M87an2Miy-113" parent="1" style="whiteSpace=wrap;html=1;" value="status = approved&lt;br&gt;processed_at = now&lt;br&gt;release held_amount&lt;br&gt;create loan" vertex="1">
+           <mxGeometry height="72.5" width="130" x="2960" y="1571.25" as="geometry" />
        </mxCell>
        <mxCell id="In8fDh9ZLN2M87an2Miy-122" edge="1" parent="1" source="In8fDh9ZLN2M87an2Miy-118" style="edgeStyle=orthogonalEdgeStyle;rounded=0;orthogonalLoop=1;jettySize=auto;html=1;" target="In8fDh9ZLN2M87an2Miy-121" value="">
          <mxGeometry relative="1" as="geometry" />
        </mxCell>
        <mxCell id="In8fDh9ZLN2M87an2Miy-118" parent="1" style="whiteSpace=wrap;html=1;" value="row lock&lt;br&gt;loan_application" vertex="1">
          <mxGeometry height="60" width="120" x="2570" y="910" as="geometry" />
        </mxCell>
        <mxCell id="In8fDh9ZLN2M87an2Miy-124" edge="1" parent="1" source="In8fDh9ZLN2M87an2Miy-121" style="edgeStyle=orthogonalEdgeStyle;rounded=0;orthogonalLoop=1;jettySize=auto;html=1;" target="In8fDh9ZLN2M87an2Miy-123" value="">
          <mxGeometry relative="1" as="geometry" />
        </mxCell>
        <mxCell id="In8fDh9ZLN2M87an2Miy-125" edge="1" parent="1" source="In8fDh9ZLN2M87an2Miy-121" style="edgeStyle=orthogonalEdgeStyle;rounded=0;orthogonalLoop=1;jettySize=auto;html=1;entryX=0.5;entryY=0;entryDx=0;entryDy=0;" target="In8fDh9ZLN2M87an2Miy-69">
          <mxGeometry relative="1" as="geometry" />
        </mxCell>
        <mxCell id="In8fDh9ZLN2M87an2Miy-121" parent="1" style="rhombus;whiteSpace=wrap;html=1;" value="processed_at &lt;br&gt;is not null" vertex="1">
          <mxGeometry height="115" width="110" x="2750" y="882.5" as="geometry" />
        </mxCell>
        <mxCell id="In8fDh9ZLN2M87an2Miy-123" parent="1" style="whiteSpace=wrap;html=1;" value="skip processing" vertex="1">
          <mxGeometry height="60" width="120" x="2935" y="910" as="geometry" />
        </mxCell>
        <mxCell id="In8fDh9ZLN2M87an2Miy-129" edge="1" parent="1" source="In8fDh9ZLN2M87an2Miy-126" style="edgeStyle=orthogonalEdgeStyle;rounded=0;orthogonalLoop=1;jettySize=auto;html=1;" target="In8fDh9ZLN2M87an2Miy-128" value="">
          <mxGeometry relative="1" as="geometry" />
        </mxCell>
        <mxCell id="In8fDh9ZLN2M87an2Miy-126" parent="1" style="whiteSpace=wrap;html=1;" value="loan was not issued fully" vertex="1">
          <mxGeometry height="60" width="120" x="2743.125" y="1790" as="geometry" />
        </mxCell>
        <mxCell id="In8fDh9ZLN2M87an2Miy-128" parent="1" style="whiteSpace=wrap;html=1;" value="status = review?" vertex="1">
          <mxGeometry height="60" width="120" x="2743.125" y="1930" as="geometry" />
+         </mxCell>
+         <mxCell id="In8fDh9ZLN2M87an2Miy-130" parent="1" style="rounded=0;whiteSpace=wrap;html=1;fontSize=21;" value="WHERE TO TRIGGER CGW???" vertex="1">
+           <mxGeometry height="290" width="450.63" x="3300" y="1675" as="geometry" />
+         </mxCell>
+         <mxCell id="In8fDh9ZLN2M87an2Miy-133" edge="1" parent="1" source="In8fDh9ZLN2M87an2Miy-131" style="edgeStyle=orthogonalEdgeStyle;rounded=0;orthogonalLoop=1;jettySize=auto;html=1;" target="In8fDh9ZLN2M87an2Miy-88" value="">
+           <mxGeometry relative="1" as="geometry" />
+         </mxCell>
+         <mxCell id="In8fDh9ZLN2M87an2Miy-131" parent="1" style="whiteSpace=wrap;html=1;" value="processed_at = now" vertex="1">
+           <mxGeometry height="60" width="120" x="4116.87" y="1450" as="geometry" />
        </mxCell>
      </root>
    </mxGraphModel>
  </diagram>
</mxfile>
